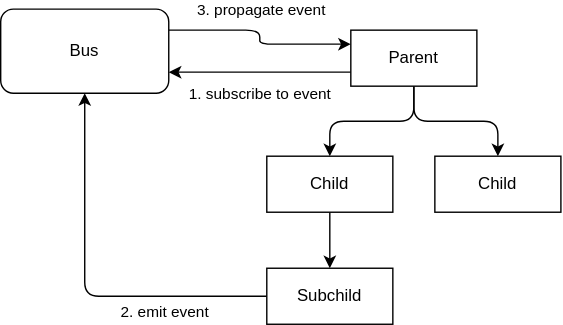
Earlier version of the draw.io export docs/figures/example-15-2-bus.drawio.svg (GuilleX7/app-federation). Source tidied: cells renumbered, new cells last; positions are measured from the earlier drawing's top-left corner, leaving out a move shared by most shapes. The source it was exported from:
```xml
<mxGraphModel>
  <root>
    <mxCell id="0" />
    <mxCell id="1" parent="0" />
    <mxCell id="2" style="edgeStyle=orthogonalEdgeStyle;html=1;exitX=0.5;exitY=1;exitDx=0;exitDy=0;entryX=0.5;entryY=0;entryDx=0;entryDy=0;" parent="1" edge="1" source="6" target="8">
      <mxGeometry relative="1" as="geometry" />
    </mxCell>
    <mxCell id="3" style="edgeStyle=orthogonalEdgeStyle;html=1;exitX=0.5;exitY=1;exitDx=0;exitDy=0;entryX=0.5;entryY=0;entryDx=0;entryDy=0;" parent="1" edge="1" source="6" target="9">
      <mxGeometry relative="1" as="geometry" />
    </mxCell>
    <mxCell id="4" style="edgeStyle=none;html=1;exitX=0;exitY=0.75;exitDx=0;exitDy=0;entryX=1;entryY=0.75;entryDx=0;entryDy=0;" parent="1" edge="1" source="6" target="15">
      <mxGeometry relative="1" as="geometry" />
    </mxCell>
    <mxCell id="5" value="1. subscribe to event" style="edgeLabel;html=1;align=center;verticalAlign=middle;" parent="4" vertex="1">
      <mxGeometry x="0.02" y="4" relative="1" as="geometry">
        <mxPoint y="11" as="offset" />
      </mxGeometry>
    </mxCell>
    <mxCell id="6" value="Parent" style="rounded=0;whiteSpace=wrap;html=1;" parent="1" vertex="1">
      <mxGeometry x="250" y="15" width="90" height="40" as="geometry" />
    </mxCell>
    <mxCell id="7" style="edgeStyle=none;html=1;exitX=0.5;exitY=1;exitDx=0;exitDy=0;entryX=0.5;entryY=0;entryDx=0;entryDy=0;" parent="1" edge="1" source="8" target="12">
      <mxGeometry relative="1" as="geometry" />
    </mxCell>
    <mxCell id="8" value="Child" style="rounded=0;whiteSpace=wrap;html=1;" parent="1" vertex="1">
      <mxGeometry x="190" y="105" width="90" height="40" as="geometry" />
    </mxCell>
    <mxCell id="9" value="Child" style="rounded=0;whiteSpace=wrap;html=1;" parent="1" vertex="1">
      <mxGeometry x="310" y="105" width="90" height="40" as="geometry" />
    </mxCell>
    <mxCell id="10" style="edgeStyle=orthogonalEdgeStyle;html=1;exitX=0;exitY=0.5;exitDx=0;exitDy=0;entryX=0.5;entryY=1;entryDx=0;entryDy=0;" parent="1" edge="1" source="12" target="15">
      <mxGeometry relative="1" as="geometry" />
    </mxCell>
    <mxCell id="11" value="2. emit event" style="edgeLabel;html=1;align=center;verticalAlign=middle;" parent="10" vertex="1">
      <mxGeometry x="-0.41" y="-4" relative="1" as="geometry">
        <mxPoint x="7" y="14" as="offset" />
      </mxGeometry>
    </mxCell>
    <mxCell id="12" value="Subchild" style="rounded=0;whiteSpace=wrap;html=1;" parent="1" vertex="1">
      <mxGeometry x="190" y="185" width="90" height="40" as="geometry" />
    </mxCell>
    <mxCell id="13" style="edgeStyle=orthogonalEdgeStyle;html=1;exitX=1;exitY=0.25;exitDx=0;exitDy=0;entryX=0;entryY=0.25;entryDx=0;entryDy=0;" parent="1" edge="1" source="15" target="6">
      <mxGeometry relative="1" as="geometry" />
    </mxCell>
    <mxCell id="14" value="3. propagate event" style="edgeLabel;html=1;align=center;verticalAlign=middle;" parent="13" vertex="1">
      <mxGeometry x="-0.3" y="-3" relative="1" as="geometry">
        <mxPoint x="16" y="-18" as="offset" />
      </mxGeometry>
    </mxCell>
    <mxCell id="15" value="Bus" style="rounded=1;whiteSpace=wrap;html=1;roundedPerimeter=1;" parent="1" vertex="1">
      <mxGeometry width="120" height="60" as="geometry" />
    </mxCell>
  </root>
</mxGraphModel>
```
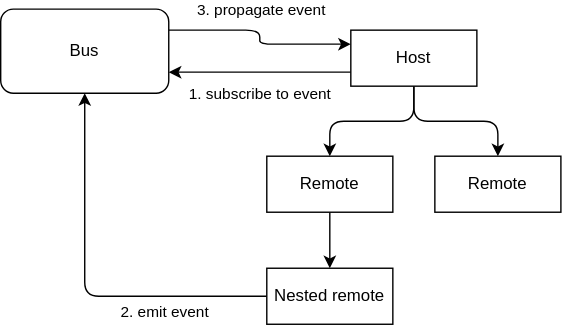
After the change.

The edit, as a diff of the source:
```diff
@@ -16,16 +16,16 @@
         <mxPoint y="11" as="offset" />
       </mxGeometry>
     </mxCell>
-    <mxCell id="6" value="Parent" style="rounded=0;whiteSpace=wrap;html=1;" parent="1" vertex="1">
+    <mxCell id="6" value="Host" style="rounded=0;whiteSpace=wrap;html=1;" parent="1" vertex="1">
       <mxGeometry x="250" y="15" width="90" height="40" as="geometry" />
     </mxCell>
     <mxCell id="7" style="edgeStyle=none;html=1;exitX=0.5;exitY=1;exitDx=0;exitDy=0;entryX=0.5;entryY=0;entryDx=0;entryDy=0;" parent="1" edge="1" source="8" target="12">
       <mxGeometry relative="1" as="geometry" />
     </mxCell>
-    <mxCell id="8" value="Child" style="rounded=0;whiteSpace=wrap;html=1;" parent="1" vertex="1">
+    <mxCell id="8" value="Remote" style="rounded=0;whiteSpace=wrap;html=1;" parent="1" vertex="1">
       <mxGeometry x="190" y="105" width="90" height="40" as="geometry" />
     </mxCell>
-    <mxCell id="9" value="Child" style="rounded=0;whiteSpace=wrap;html=1;" parent="1" vertex="1">
+    <mxCell id="9" value="Remote" style="rounded=0;whiteSpace=wrap;html=1;" parent="1" vertex="1">
       <mxGeometry x="310" y="105" width="90" height="40" as="geometry" />
     </mxCell>
     <mxCell id="10" style="edgeStyle=orthogonalEdgeStyle;html=1;exitX=0;exitY=0.5;exitDx=0;exitDy=0;entryX=0.5;entryY=1;entryDx=0;entryDy=0;" parent="1" edge="1" source="12" target="15">
@@ -36,7 +36,7 @@
         <mxPoint x="7" y="14" as="offset" />
       </mxGeometry>
     </mxCell>
-    <mxCell id="12" value="Subchild" style="rounded=0;whiteSpace=wrap;html=1;" parent="1" vertex="1">
+    <mxCell id="12" value="Nested remote" style="rounded=0;whiteSpace=wrap;html=1;" parent="1" vertex="1">
       <mxGeometry x="190" y="185" width="90" height="40" as="geometry" />
     </mxCell>
     <mxCell id="13" style="edgeStyle=orthogonalEdgeStyle;html=1;exitX=1;exitY=0.25;exitDx=0;exitDy=0;entryX=0;entryY=0.25;entryDx=0;entryDy=0;" parent="1" edge="1" source="15" target="6">
```
